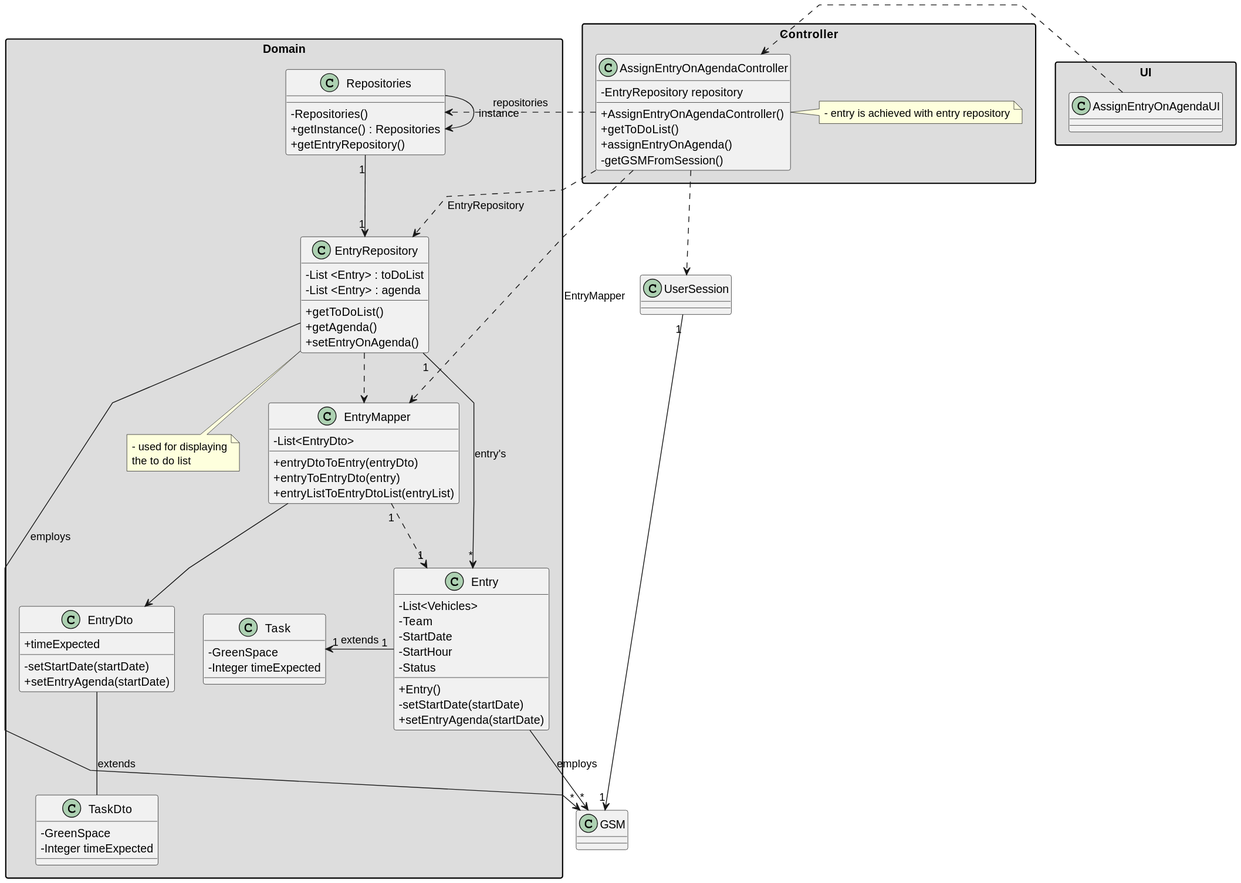
Before: docs/sprintC/us022/03.design/svg/us022-class-diagram.svg, a diagram exported from PlantUML (francisc-o-liveira/lei-24-s2-1dp-g163).
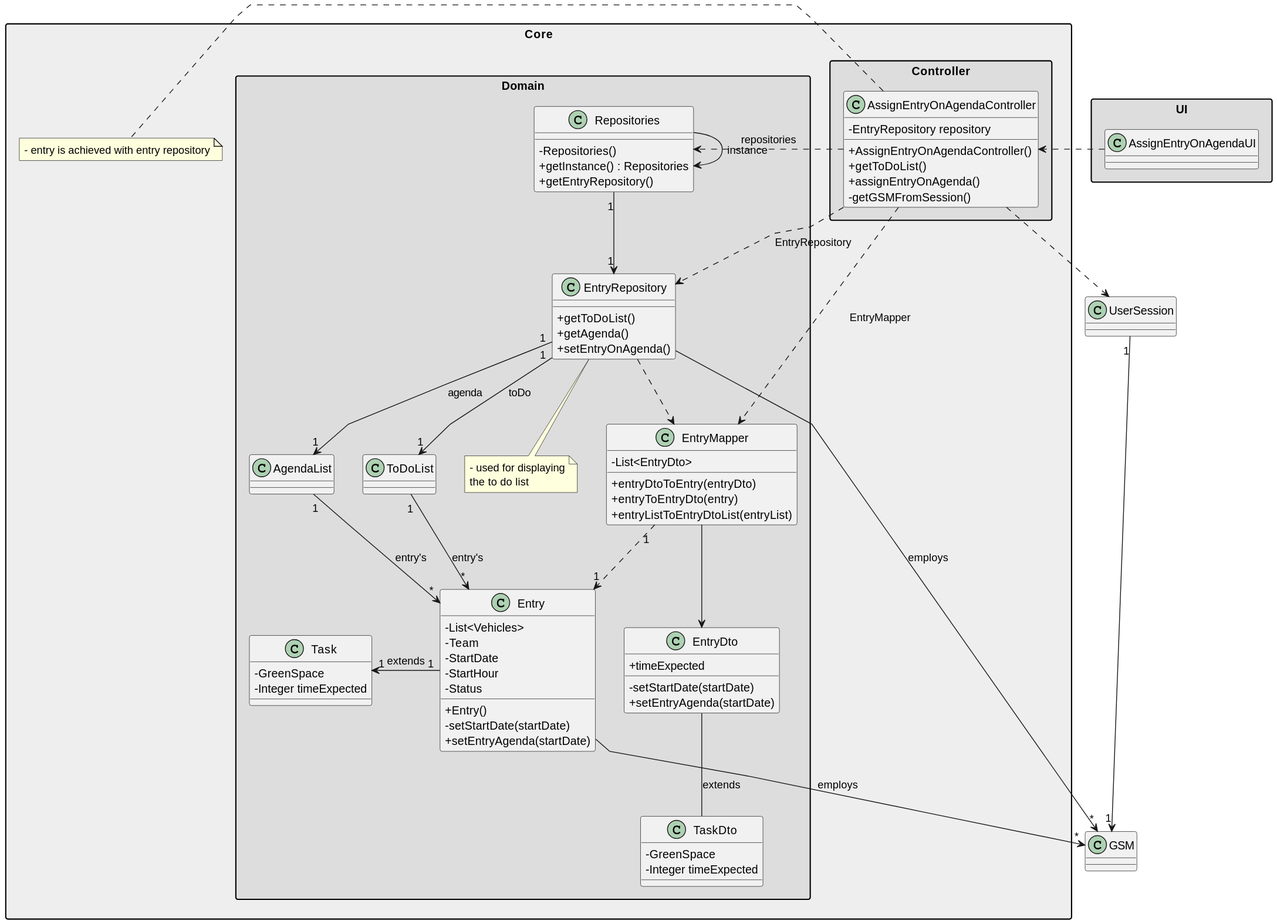
Later version of the same file.

Change to the diagram source:
```diff
@@ -5,7 +5,7 @@
 
 skinparam classAttributeIconSize 0
 
-
+package "Core" #EEEEEE{
 package "Domain" #DDDDDD{
 
 class Entry {
@@ -25,13 +25,19 @@
 }
 
 class EntryRepository {
-    - List <Entry> : toDoList
-    - List <Entry> : agenda
 
     + getToDoList()
     + getAgenda()
     + setEntryOnAgenda()
 }
+
+class AgendaList{
+}
+
+class ToDoList{
+}
+
+
 note bottom of EntryRepository
     - used for displaying
     the to do list
@@ -75,6 +81,7 @@
     + assignEntryOnAgenda()
     - getGSMFromSession()
 }
+}
 note right of AssignEntryOnAgendaController
     - entry is achieved with entry repository
 end note
@@ -90,6 +97,7 @@
 class AssignEntryOnAgendaUI {
 }
 }
+
 
 
 
@@ -115,7 +123,10 @@
 
 AssignEntryOnAgendaController ..> UserSession
 UserSession "1" --> "1" GSM
-EntryRepository "1" --> "*" Entry : entry's
+EntryRepository "1" --> "1" AgendaList : agenda
+EntryRepository "1" --> "1" ToDoList : toDo
+AgendaList "1" --> "*" Entry : entry's
+ToDoList "1" --> "*" Entry : entry's
 EntryRepository --> "*" GSM : employs
 Entry --> "*" GSM : employs
 Task "1" <- "1" Entry : extends
```
